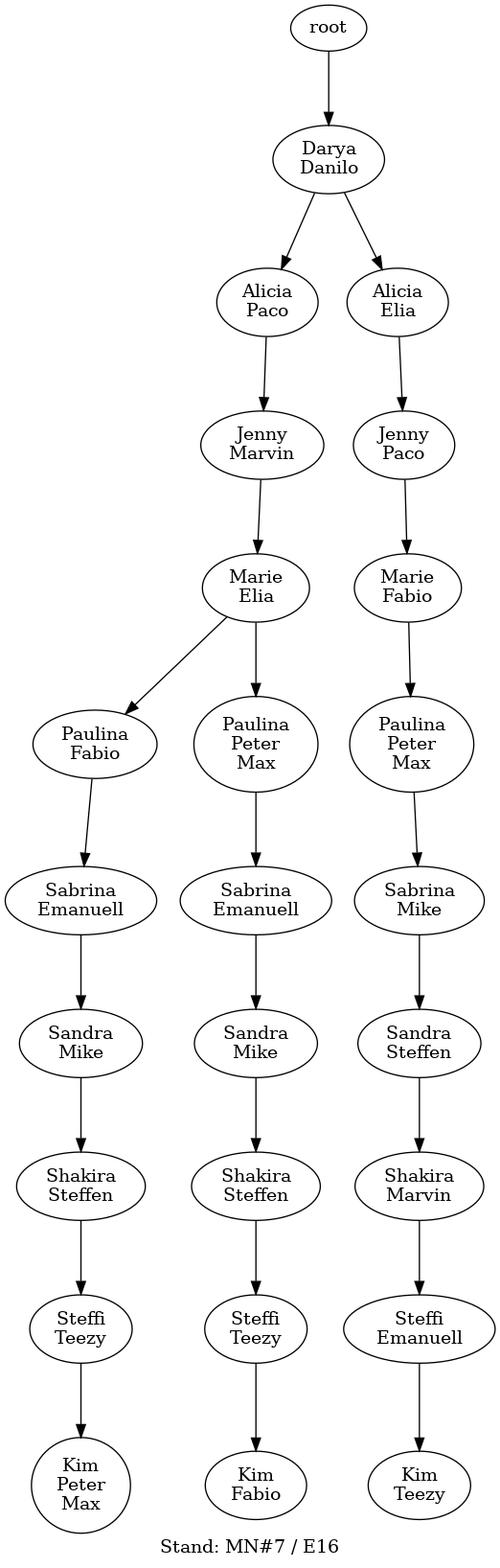
This is s03r/s03r.png from atticus-sullivan/sim-ayto, a Graphviz export, as it was before one commit. Its source is kept beside it as s03r/s03r.dot.
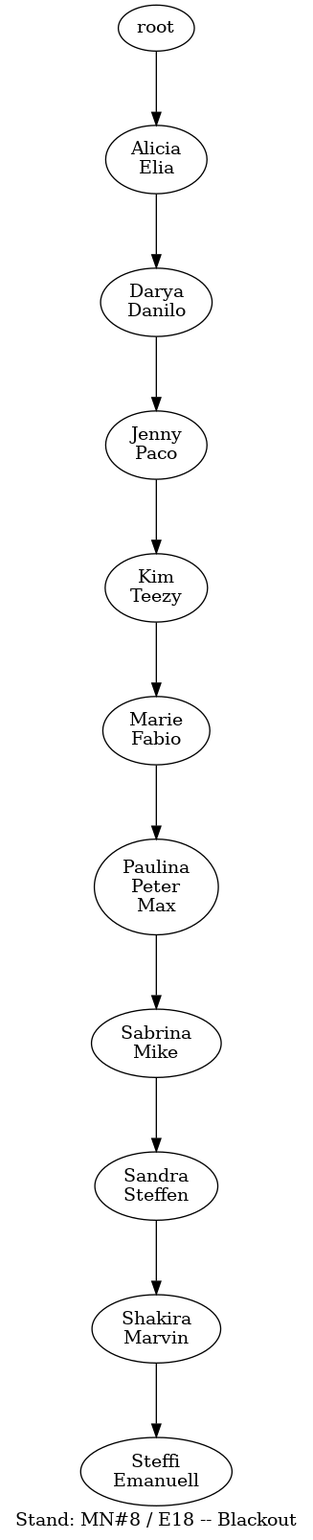
The same file after the commit.

What changed in the source:
```diff
@@ -1,52 +1,22 @@
-digraph D { labelloc="b"; label="Stand: MN#7 / E16"; ranksep=0.8;
-"root/0"[label="Darya\nDanilo"]
-"root" -> "root/0";
-"root/0/6"[label="Alicia\nPaco"]
-"root/0" -> "root/0/6";
-"root/0/6/4"[label="Jenny\nMarvin"]
-"root/0/6" -> "root/0/6/4";
-"root/0/6/4/1"[label="Marie\nElia"]
-"root/0/6/4" -> "root/0/6/4/1";
-"root/0/6/4/1/3"[label="Paulina\nFabio"]
-"root/0/6/4/1" -> "root/0/6/4/1/3";
-"root/0/6/4/1/3/2"[label="Sabrina\nEmanuell"]
-"root/0/6/4/1/3" -> "root/0/6/4/1/3/2";
-"root/0/6/4/1/3/2/5"[label="Sandra\nMike"]
-"root/0/6/4/1/3/2" -> "root/0/6/4/1/3/2/5";
-"root/0/6/4/1/3/2/5/8"[label="Shakira\nSteffen"]
-"root/0/6/4/1/3/2/5" -> "root/0/6/4/1/3/2/5/8";
-"root/0/6/4/1/3/2/5/8/9"[label="Steffi\nTeezy"]
-"root/0/6/4/1/3/2/5/8" -> "root/0/6/4/1/3/2/5/8/9";
-"root/0/6/4/1/3/2/5/8/9/7,10"[label="Kim\nPeter\nMax"]
-"root/0/6/4/1/3/2/5/8/9" -> "root/0/6/4/1/3/2/5/8/9/7,10";
-"root/0/6/4/1/7,10"[label="Paulina\nPeter\nMax"]
-"root/0/6/4/1" -> "root/0/6/4/1/7,10";
-"root/0/6/4/1/7,10/2"[label="Sabrina\nEmanuell"]
-"root/0/6/4/1/7,10" -> "root/0/6/4/1/7,10/2";
-"root/0/6/4/1/7,10/2/5"[label="Sandra\nMike"]
-"root/0/6/4/1/7,10/2" -> "root/0/6/4/1/7,10/2/5";
-"root/0/6/4/1/7,10/2/5/8"[label="Shakira\nSteffen"]
-"root/0/6/4/1/7,10/2/5" -> "root/0/6/4/1/7,10/2/5/8";
-"root/0/6/4/1/7,10/2/5/8/9"[label="Steffi\nTeezy"]
-"root/0/6/4/1/7,10/2/5/8" -> "root/0/6/4/1/7,10/2/5/8/9";
-"root/0/6/4/1/7,10/2/5/8/9/3"[label="Kim\nFabio"]
-"root/0/6/4/1/7,10/2/5/8/9" -> "root/0/6/4/1/7,10/2/5/8/9/3";
-"root/0/1"[label="Alicia\nElia"]
-"root/0" -> "root/0/1";
-"root/0/1/6"[label="Jenny\nPaco"]
-"root/0/1" -> "root/0/1/6";
-"root/0/1/6/3"[label="Marie\nFabio"]
-"root/0/1/6" -> "root/0/1/6/3";
-"root/0/1/6/3/7,10"[label="Paulina\nPeter\nMax"]
-"root/0/1/6/3" -> "root/0/1/6/3/7,10";
-"root/0/1/6/3/7,10/5"[label="Sabrina\nMike"]
-"root/0/1/6/3/7,10" -> "root/0/1/6/3/7,10/5";
-"root/0/1/6/3/7,10/5/8"[label="Sandra\nSteffen"]
-"root/0/1/6/3/7,10/5" -> "root/0/1/6/3/7,10/5/8";
-"root/0/1/6/3/7,10/5/8/4"[label="Shakira\nMarvin"]
-"root/0/1/6/3/7,10/5/8" -> "root/0/1/6/3/7,10/5/8/4";
-"root/0/1/6/3/7,10/5/8/4/2"[label="Steffi\nEmanuell"]
-"root/0/1/6/3/7,10/5/8/4" -> "root/0/1/6/3/7,10/5/8/4/2";
-"root/0/1/6/3/7,10/5/8/4/2/9"[label="Kim\nTeezy"]
-"root/0/1/6/3/7,10/5/8/4/2" -> "root/0/1/6/3/7,10/5/8/4/2/9";
+digraph D { labelloc="b"; label="Stand: MN#8 / E18 -- Blackout"; ranksep=0.8;
+"root/1"[label="Alicia\nElia"]
+"root" -> "root/1";
+"root/1/0"[label="Darya\nDanilo"]
+"root/1" -> "root/1/0";
+"root/1/0/6"[label="Jenny\nPaco"]
+"root/1/0" -> "root/1/0/6";
+"root/1/0/6/9"[label="Kim\nTeezy"]
+"root/1/0/6" -> "root/1/0/6/9";
+"root/1/0/6/9/3"[label="Marie\nFabio"]
+"root/1/0/6/9" -> "root/1/0/6/9/3";
+"root/1/0/6/9/3/7,10"[label="Paulina\nPeter\nMax"]
+"root/1/0/6/9/3" -> "root/1/0/6/9/3/7,10";
+"root/1/0/6/9/3/7,10/5"[label="Sabrina\nMike"]
+"root/1/0/6/9/3/7,10" -> "root/1/0/6/9/3/7,10/5";
+"root/1/0/6/9/3/7,10/5/8"[label="Sandra\nSteffen"]
+"root/1/0/6/9/3/7,10/5" -> "root/1/0/6/9/3/7,10/5/8";
+"root/1/0/6/9/3/7,10/5/8/4"[label="Shakira\nMarvin"]
+"root/1/0/6/9/3/7,10/5/8" -> "root/1/0/6/9/3/7,10/5/8/4";
+"root/1/0/6/9/3/7,10/5/8/4/2"[label="Steffi\nEmanuell"]
+"root/1/0/6/9/3/7,10/5/8/4" -> "root/1/0/6/9/3/7,10/5/8/4/2";
 }
```
